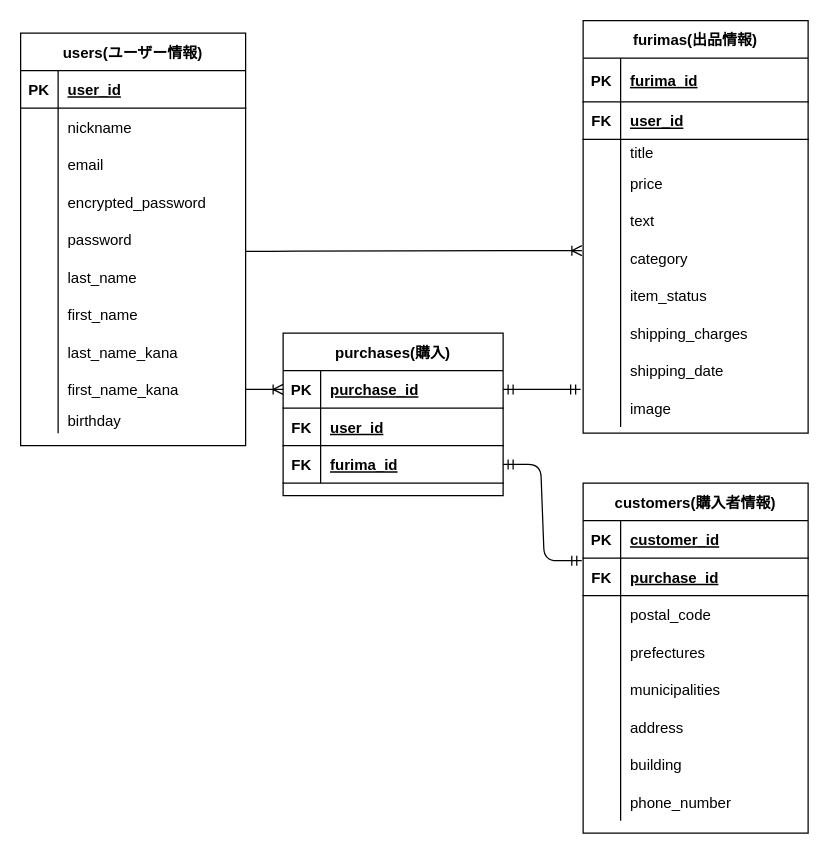
Earlier version of the draw.io diagram furima.dio (AlesisRay/furima-34733). Source tidied: cells renumbered, new cells numbered last; positions are measured from the earlier drawing's top-left corner, leaving out a move shared by most shapes. Both pictures are drawn from the tidied source at 125%, with x=0, y=0 at pixel (20, 20).
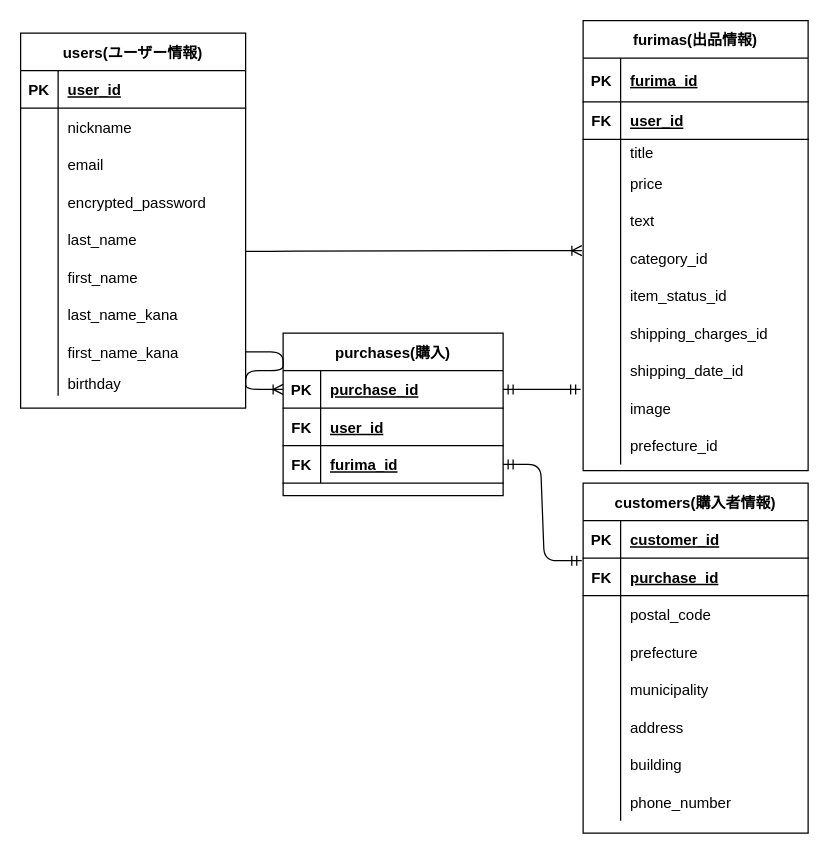
The same diagram, later.

Commit message (it also covers changes not shown here):
ER図修正/README修正rev2

Unchanged cells that the change refers to:
```xml
<mxCell id="49" style="shape=partialRectangle;fillColor=none;top=0;left=0;bottom=0;right=0;" parent="33" vertex="1">
  <mxGeometry y="175" width="180" height="30" as="geometry" />
</mxCell>
<mxCell id="52" style="shape=partialRectangle;fillColor=none;top=0;left=0;bottom=0;right=0;" parent="33" vertex="1">
  <mxGeometry y="205" width="180" height="30" as="geometry" />
</mxCell>
<mxCell id="55" style="shape=partialRectangle;fillColor=none;top=0;left=0;bottom=0;right=0;" parent="33" vertex="1">
  <mxGeometry y="235" width="180" height="30" as="geometry" />
</mxCell>
<mxCell id="58" style="shape=partialRectangle;fillColor=none;top=0;left=0;bottom=0;right=0;" parent="33" vertex="1">
  <mxGeometry y="265" width="180" height="30" as="geometry" />
</mxCell>
<mxCell id="75" style="shape=partialRectangle;fillColor=none;top=0;left=0;bottom=0;right=0;" parent="65" vertex="1">
  <mxGeometry y="120" width="180" height="30" as="geometry" />
</mxCell>
<mxCell id="78" style="shape=partialRectangle;fillColor=none;top=0;left=0;bottom=0;right=0;" parent="65" vertex="1">
  <mxGeometry y="150" width="180" height="30" as="geometry" />
</mxCell>
```

Change to the diagram source:
```diff
@@
     <mxCell id="2" value="users(ユーザー情報)" style="shape=table;startSize=30;childLayout=tableLayout;rowLines=0;fontStyle=1;align=center;" parent="1" vertex="1">
-      <mxGeometry y="10" width="180" height="330" as="geometry" />
+      <mxGeometry y="10" width="180" height="300" as="geometry" />
     </mxCell>
@@
-    <mxCell id="15" style="shape=partialRectangle;fillColor=none;top=0;left=0;bottom=0;right=0;" parent="2" vertex="1">
-      <mxGeometry y="150" width="180" height="30" as="geometry" />
-    </mxCell>
-    <mxCell id="16" style="shape=partialRectangle;fillColor=none;top=0;left=0;bottom=0;right=0;overflow=hidden;" parent="15" vertex="1">
-      <mxGeometry width="30" height="30" as="geometry" />
-    </mxCell>
-    <mxCell id="17" value="password" style="shape=partialRectangle;fillColor=none;top=0;left=0;bottom=0;right=0;align=left;spacingLeft=6;overflow=hidden;" parent="15" vertex="1">
-      <mxGeometry x="30" width="150" height="30" as="geometry" />
-    </mxCell>
     <mxCell id="18" style="shape=partialRectangle;fillColor=none;top=0;left=0;bottom=0;right=0;" parent="2" vertex="1">
-      <mxGeometry y="180" width="180" height="30" as="geometry" />
+      <mxGeometry y="150" width="180" height="30" as="geometry" />
     </mxCell>
@@
     <mxCell id="21" style="shape=partialRectangle;fillColor=none;top=0;left=0;bottom=0;right=0;" parent="2" vertex="1">
-      <mxGeometry y="210" width="180" height="30" as="geometry" />
+      <mxGeometry y="180" width="180" height="30" as="geometry" />
     </mxCell>
@@
     <mxCell id="24" style="shape=partialRectangle;fillColor=none;top=0;left=0;bottom=0;right=0;" parent="2" vertex="1">
-      <mxGeometry y="240" width="180" height="30" as="geometry" />
+      <mxGeometry y="210" width="180" height="30" as="geometry" />
     </mxCell>
@@
     <mxCell id="27" style="shape=partialRectangle;fillColor=none;top=0;left=0;bottom=0;right=0;points=[[0,0.5],[1,0.5]];portConstraint=eastwest;" parent="2" vertex="1">
-      <mxGeometry y="270" width="180" height="30" as="geometry" />
+      <mxGeometry y="240" width="180" height="30" as="geometry" />
     </mxCell>
@@
     <mxCell id="30" style="shape=partialRectangle;fillColor=none;top=0;left=0;bottom=0;right=0;" parent="2" vertex="1">
-      <mxGeometry y="300" width="180" height="20" as="geometry" />
+      <mxGeometry y="270" width="180" height="20" as="geometry" />
     </mxCell>
@@
     <mxCell id="33" value="furimas(出品情報)" style="shape=table;startSize=30;childLayout=tableLayout;rowLines=0;fontStyle=1;align=center;" parent="1" vertex="1">
-      <mxGeometry x="450" width="180" height="330" as="geometry" />
+      <mxGeometry x="450" width="180" height="360" as="geometry" />
     </mxCell>
@@
-    <mxCell id="51" value="category" style="shape=partialRectangle;fillColor=none;top=0;left=0;bottom=0;right=0;align=left;spacingLeft=6;overflow=hidden;" parent="49" vertex="1">
+    <mxCell id="51" value="category_id" style="shape=partialRectangle;fillColor=none;top=0;left=0;bottom=0;right=0;align=left;spacingLeft=6;overflow=hidden;" parent="49" vertex="1">
       <mxGeometry x="30" width="150" height="30" as="geometry" />
     </mxCell>
@@
-    <mxCell id="54" value="item_status" style="shape=partialRectangle;fillColor=none;top=0;left=0;bottom=0;right=0;align=left;spacingLeft=6;overflow=hidden;" parent="52" vertex="1">
+    <mxCell id="54" value="item_status_id" style="shape=partialRectangle;fillColor=none;top=0;left=0;bottom=0;right=0;align=left;spacingLeft=6;overflow=hidden;" parent="52" vertex="1">
       <mxGeometry x="30" width="150" height="30" as="geometry" />
     </mxCell>
@@
-    <mxCell id="57" value="shipping_charges" style="shape=partialRectangle;fillColor=none;top=0;left=0;bottom=0;right=0;align=left;spacingLeft=6;overflow=hidden;" parent="55" vertex="1">
+    <mxCell id="57" value="shipping_charges_id" style="shape=partialRectangle;fillColor=none;top=0;left=0;bottom=0;right=0;align=left;spacingLeft=6;overflow=hidden;" parent="55" vertex="1">
       <mxGeometry x="30" width="150" height="30" as="geometry" />
     </mxCell>
@@
-    <mxCell id="60" value="shipping_date" style="shape=partialRectangle;fillColor=none;top=0;left=0;bottom=0;right=0;align=left;spacingLeft=6;overflow=hidden;" parent="58" vertex="1">
+    <mxCell id="60" value="shipping_date_id" style="shape=partialRectangle;fillColor=none;top=0;left=0;bottom=0;right=0;align=left;spacingLeft=6;overflow=hidden;" parent="58" vertex="1">
       <mxGeometry x="30" width="150" height="30" as="geometry" />
     </mxCell>
@@
+    <mxCell id="103" style="shape=partialRectangle;fillColor=none;top=0;left=0;bottom=0;right=0;" parent="33" vertex="1">
+      <mxGeometry y="325" width="180" height="30" as="geometry" />
+    </mxCell>
+    <mxCell id="16" style="shape=partialRectangle;fillColor=none;top=0;left=0;bottom=0;right=0;overflow=hidden;" parent="103" vertex="1">
+      <mxGeometry width="30" height="30" as="geometry" />
+    </mxCell>
+    <mxCell id="104" value="prefecture_id" style="shape=partialRectangle;fillColor=none;top=0;left=0;bottom=0;right=0;align=left;spacingLeft=6;overflow=hidden;" parent="103" vertex="1">
+      <mxGeometry x="30" width="150" height="30" as="geometry" />
+    </mxCell>
@@
-    <mxCell id="77" value="prefectures" style="shape=partialRectangle;fillColor=none;top=0;left=0;bottom=0;right=0;align=left;spacingLeft=6;overflow=hidden;" parent="75" vertex="1">
+    <mxCell id="77" value="prefecture" style="shape=partialRectangle;fillColor=none;top=0;left=0;bottom=0;right=0;align=left;spacingLeft=6;overflow=hidden;" parent="75" vertex="1">
       <mxGeometry x="30" width="150" height="30" as="geometry" />
     </mxCell>
@@
-    <mxCell id="80" value="municipalities" style="shape=partialRectangle;fillColor=none;top=0;left=0;bottom=0;right=0;align=left;spacingLeft=6;overflow=hidden;" parent="78" vertex="1">
+    <mxCell id="80" value="municipality" style="shape=partialRectangle;fillColor=none;top=0;left=0;bottom=0;right=0;align=left;spacingLeft=6;overflow=hidden;" parent="78" vertex="1">
       <mxGeometry x="30" width="150" height="30" as="geometry" />
     </mxCell>
```
